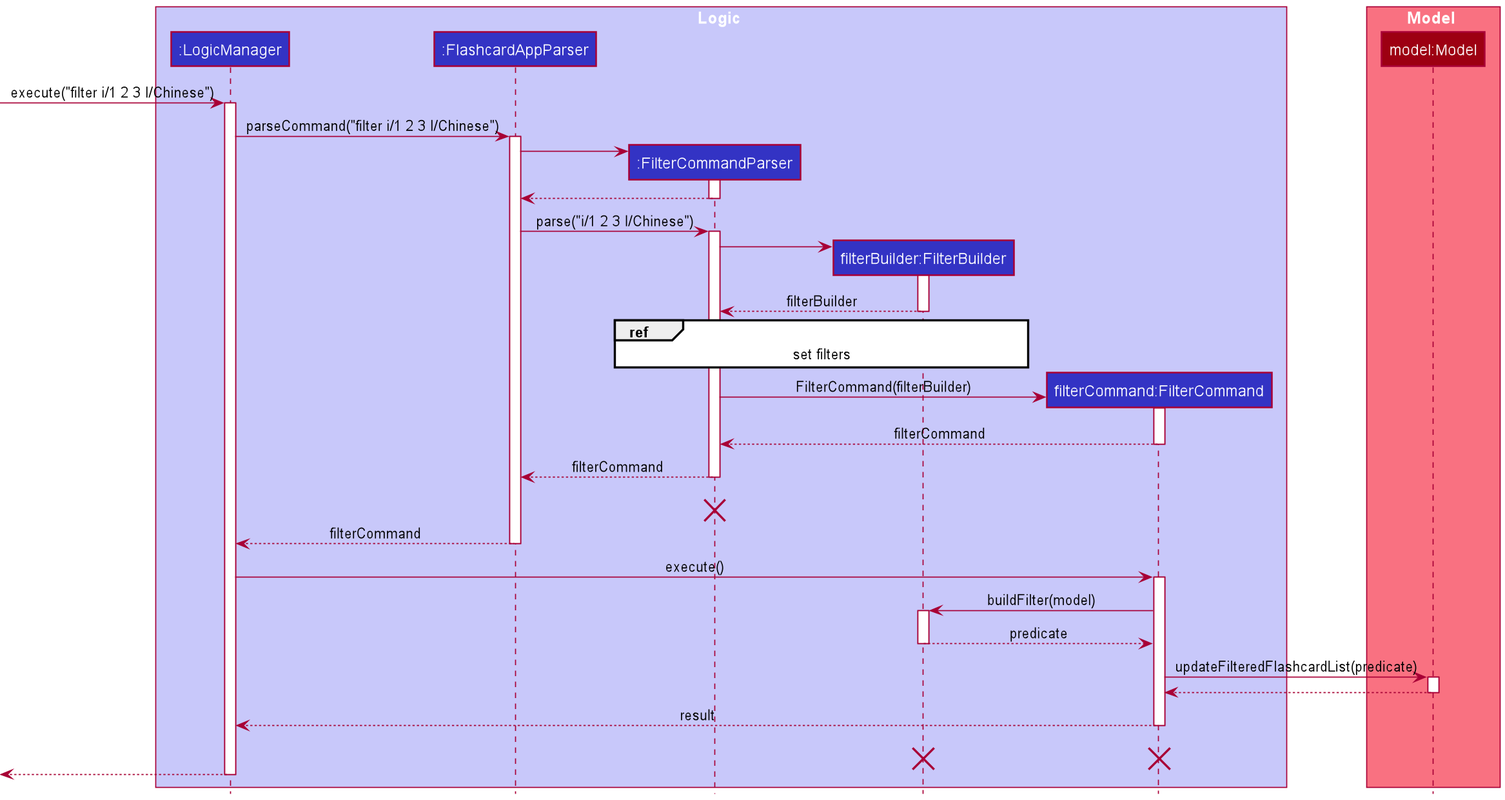
Above: docs/images/filterCommand/FilterSequenceDiagram.png in sharmainec/tp (PlantUML), before the change. Its diagram source:
```plantuml
@startuml
!include style.puml

box Logic LOGIC_COLOR_T1
participant ":LogicManager" as LogicManager LOGIC_COLOR
participant ":FlashcardAppParser" as FlashcardAppParser LOGIC_COLOR
participant ":FilterCommandParser" as FilterCommandParser LOGIC_COLOR
participant "filterBuilder:FilterBuilder" as FilterBuilder LOGIC_COLOR
participant "filterCommand:FilterCommand" as FilterCommand LOGIC_COLOR
end box

box Model MODEL_COLOR_T1
participant "model:Model" as Model MODEL_COLOR
end box
[-> LogicManager : execute("filter i/1 2 3 l/Chinese")
activate LogicManager

LogicManager -> FlashcardAppParser : parseCommand("filter i/1 2 3 l/Chinese")
activate FlashcardAppParser

create FilterCommandParser
FlashcardAppParser -> FilterCommandParser
activate FilterCommandParser

FilterCommandParser --> FlashcardAppParser
deactivate FilterCommandParser

FlashcardAppParser -> FilterCommandParser: parse("i/1 2 3 l/Chinese")
activate FilterCommandParser

create FilterBuilder
FilterCommandParser -> FilterBuilder
activate FilterBuilder

FilterBuilder --> FilterCommandParser :filterBuilder
deactivate FilterBuilder

ref over FilterCommandParser, FilterBuilder
    set filters
end
create FilterCommand
FilterCommandParser -> FilterCommand : FilterCommand(filterBuilder)
activate FilterCommand

FilterCommand --> FilterCommandParser : filterCommand
deactivate FilterCommand

FilterCommandParser --> FlashcardAppParser: filterCommand
deactivate FilterCommandParser


FilterCommandParser -[hidden]-> FlashcardAppParser: filterCommand
destroy FilterCommandParser



FlashcardAppParser --> LogicManager : filterCommand
deactivate FlashcardAppParser

LogicManager -> FilterCommand : execute()
activate FilterCommand

FilterCommand -> FilterBuilder : buildFilter(model)
activate FilterBuilder

FilterBuilder --> FilterCommand : predicate
deactivate FilterBuilder


FilterCommand -> Model : updateFilteredFlashcardList(predicate)
activate Model

Model --> FilterCommand
deactivate Model

FilterCommand --> LogicManager : result
deactivate FilterCommand
FilterCommand -[hidden]-> LogicManager : result
destroy FilterCommand

destroy FilterBuilder

[<--LogicManager
deactivate LogicManager
@enduml
```
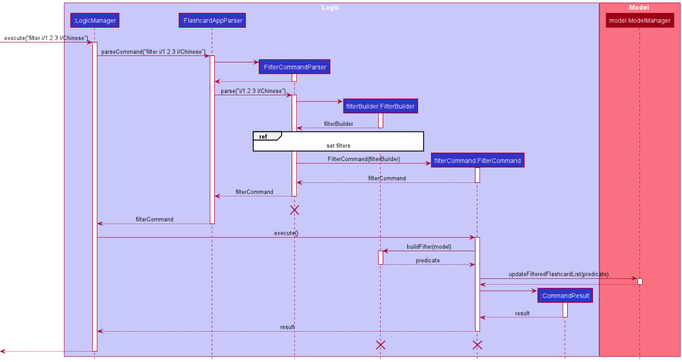
Above is the later version.

Commit message:
Update filter UML sequence diagram for standardization

What changed in the source:
```diff
@@ -7,10 +7,11 @@
 participant ":FilterCommandParser" as FilterCommandParser LOGIC_COLOR
 participant "filterBuilder:FilterBuilder" as FilterBuilder LOGIC_COLOR
 participant "filterCommand:FilterCommand" as FilterCommand LOGIC_COLOR
+participant ":CommandResult" as CommandResult LOGIC_COLOR
 end box
 
 box Model MODEL_COLOR_T1
-participant "model:Model" as Model MODEL_COLOR
+participant "model:ModelManager" as Model MODEL_COLOR
 end box
 [-> LogicManager : execute("filter i/1 2 3 l/Chinese")
 activate LogicManager
@@ -73,8 +74,16 @@
 Model --> FilterCommand
 deactivate Model
 
+create CommandResult
+FilterCommand -> CommandResult
+activate CommandResult
+
+CommandResult --> FilterCommand : result
+deactivate CommandResult
+
 FilterCommand --> LogicManager : result
 deactivate FilterCommand
+
 FilterCommand -[hidden]-> LogicManager : result
 destroy FilterCommand
 
```
